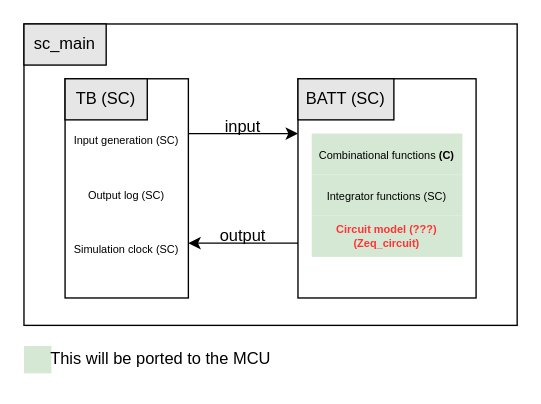
FabioQzz/EMIOT_project keeps this draw.io diagram as Docs/block_diagrams/systemc_diagram.drawio. Above is the earlier version. Source tidied: cells renumbered, new cells numbered last; positions are measured from the earlier drawing's top-left corner, leaving out a move shared by most shapes. Both pictures are drawn from the tidied source at 137%, with x=0, y=0 at pixel (23, 23).
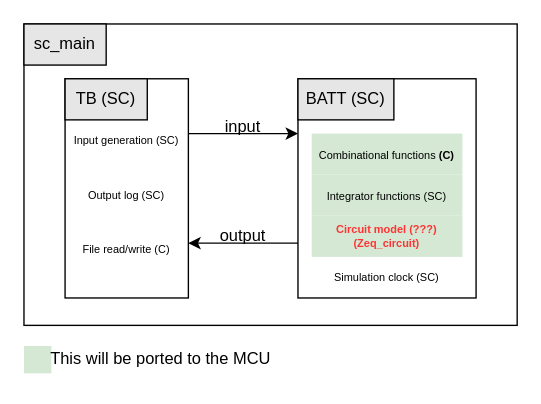
After the change.

What changed in the source:
```diff
@@
     <mxCell id="14" value="Simulation clock (SC)" style="text;html=1;strokeColor=none;fillColor=none;align=center;verticalAlign=middle;whiteSpace=wrap;rounded=0;fontSize=8;" parent="1" vertex="1">
-      <mxGeometry x="35" y="150" width="80" height="30" as="geometry" />
+      <mxGeometry x="225" y="170" width="80" height="30" as="geometry" />
     </mxCell>
@@
+    <mxCell id="20" value="File read/write (C)" style="text;html=1;strokeColor=none;fillColor=none;align=center;verticalAlign=middle;whiteSpace=wrap;rounded=0;fontSize=8;" parent="1" vertex="1">
+      <mxGeometry x="35" y="150" width="80" height="30" as="geometry" />
+    </mxCell>
```
